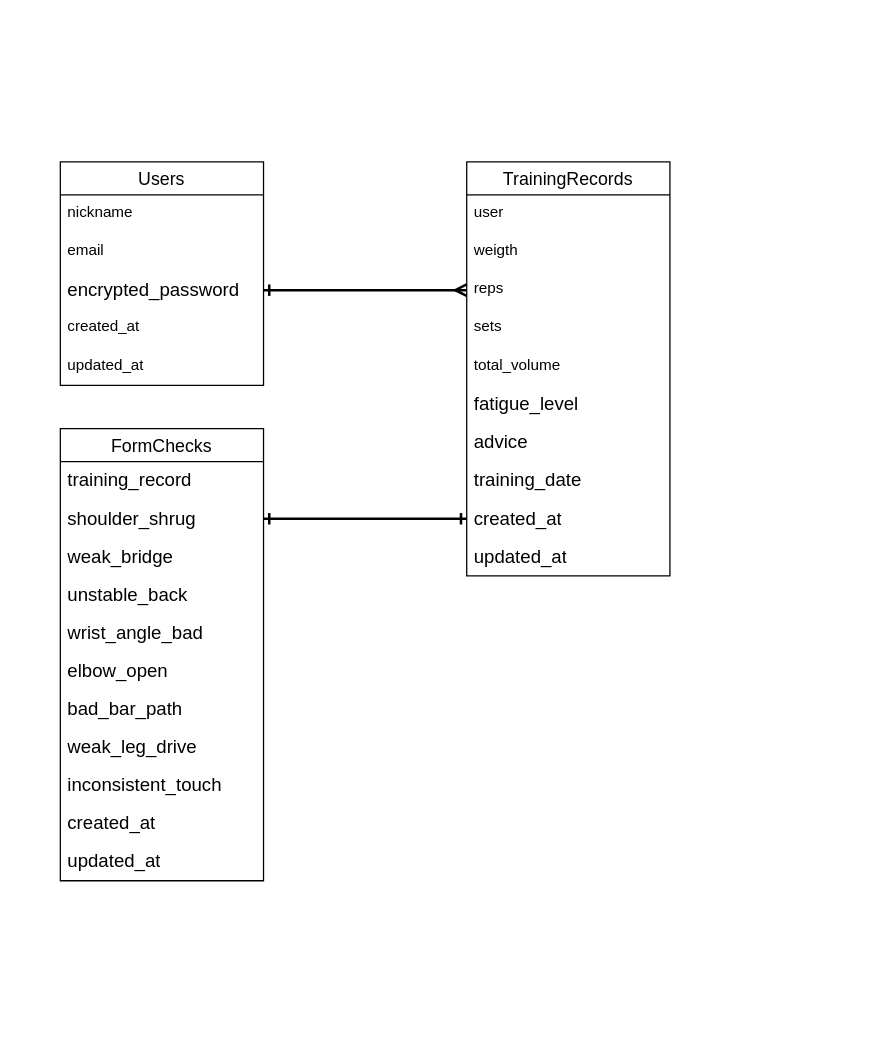
Earlier version of the draw.io diagram page "ページ1" (2 of 4) of er.dio (ryouma21/bench_app). Source tidied: cells renumbered, new cells numbered last; positions are measured from the earlier drawing's top-left corner, leaving out a move shared by most shapes. Both pictures are drawn from the tidied source at 127%, with x=0, y=0 at pixel (22, 22).
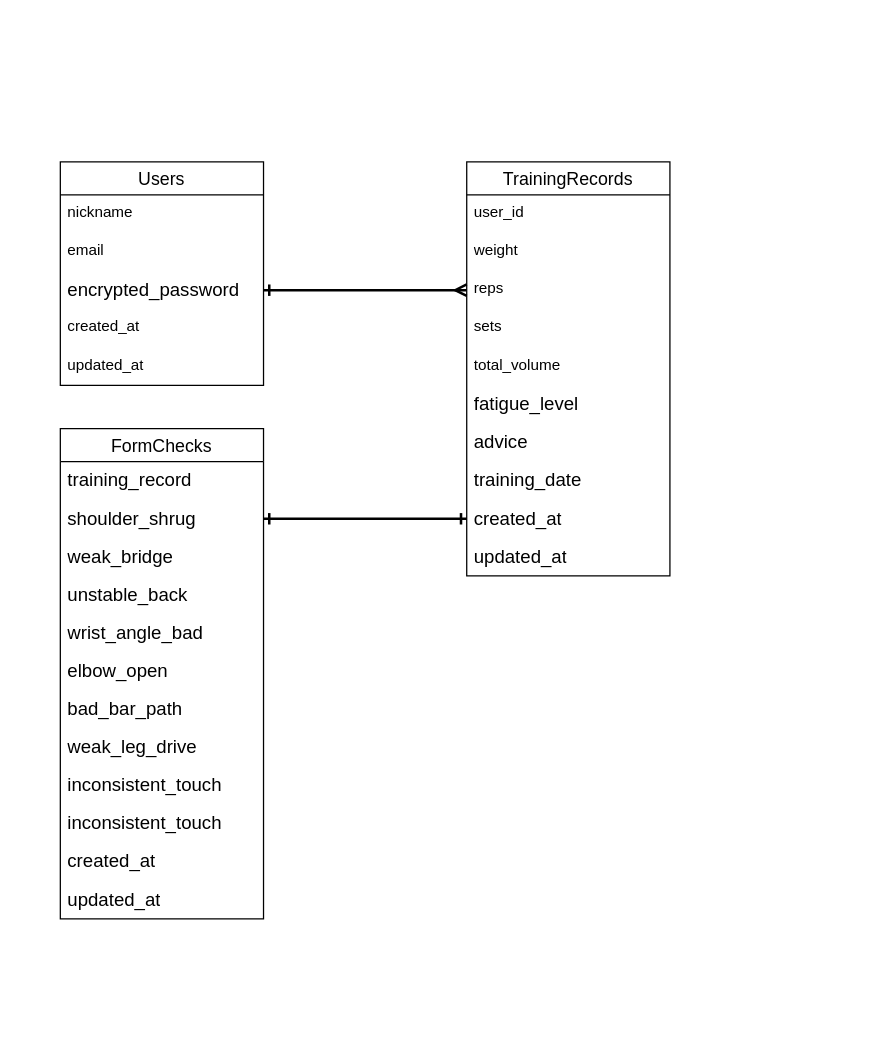
Above is the later version.

The change refers to these unchanged cells:
```xml
<mxCell id="8" value="TrainingRecords" style="swimlane;fontStyle=0;horizontal=1;startSize=26;align=center;fontSize=14;" parent="1" vertex="1">
  <mxGeometry x="350" y="110" width="160" height="326" as="geometry" />
</mxCell>
```

Change to the diagram source:
```diff
@@
-    <mxCell id="9" value="user" style="text;strokeColor=none;fillColor=none;spacingLeft=4;spacingRight=4;overflow=hidden;fontSize=12;whiteSpace=wrap;html=1;" parent="8" vertex="1">
+    <mxCell id="9" value="user_id" style="text;strokeColor=none;fillColor=none;spacingLeft=4;spacingRight=4;overflow=hidden;fontSize=12;whiteSpace=wrap;html=1;" parent="8" vertex="1">
       <mxGeometry y="26" width="160" height="30" as="geometry" />
     </mxCell>
-    <mxCell id="10" value="weigth" style="text;strokeColor=none;fillColor=none;spacingLeft=4;spacingRight=4;overflow=hidden;fontSize=12;whiteSpace=wrap;html=1;" parent="8" vertex="1">
+    <mxCell id="10" value="weight" style="text;strokeColor=none;fillColor=none;spacingLeft=4;spacingRight=4;overflow=hidden;fontSize=12;whiteSpace=wrap;html=1;" parent="8" vertex="1">
       <mxGeometry y="56" width="160" height="30" as="geometry" />
     </mxCell>
@@
     <mxCell id="19" value="FormChecks" style="swimlane;fontStyle=0;horizontal=1;startSize=26;align=center;fontSize=14;fontFamily=Helvetica;" parent="1" vertex="1">
-      <mxGeometry x="30" y="320" width="160" height="356" as="geometry" />
+      <mxGeometry x="30" y="320" width="160" height="386" as="geometry" />
     </mxCell>
@@
+    <mxCell id="35" value="&lt;span id=&quot;docs-internal-guid-d5423ade-7fff-74b0-e2ff-8a76a9c54ab9&quot;&gt;&lt;span style=&quot;font-size: 11pt; background-color: transparent; font-variant-numeric: normal; font-variant-east-asian: normal; font-variant-alternates: normal; font-variant-position: normal; font-variant-emoji: normal; vertical-align: baseline; white-space-collapse: preserve;&quot;&gt;&lt;font style=&quot;color: rgb(0, 0, 0);&quot;&gt;inconsistent_touch&lt;/font&gt;&lt;/span&gt;&lt;/span&gt;" style="text;strokeColor=none;fillColor=none;spacingLeft=4;spacingRight=4;overflow=hidden;fontSize=12;whiteSpace=wrap;html=1;" parent="19" vertex="1">
+      <mxGeometry y="296" width="160" height="30" as="geometry" />
+    </mxCell>
     <mxCell id="29" value="&lt;span id=&quot;docs-internal-guid-e376e660-7fff-d38e-ebd6-71a2cbecd591&quot;&gt;&lt;span style=&quot;font-size: 11pt; background-color: transparent; font-variant-numeric: normal; font-variant-east-asian: normal; font-variant-alternates: normal; font-variant-position: normal; font-variant-emoji: normal; vertical-align: baseline; white-space-collapse: preserve;&quot;&gt;&lt;font style=&quot;color: rgb(0, 0, 0);&quot; face=&quot;Helvetica&quot;&gt;created_at&lt;/font&gt;&lt;/span&gt;&lt;/span&gt;" style="text;strokeColor=none;fillColor=none;spacingLeft=4;spacingRight=4;overflow=hidden;fontSize=12;whiteSpace=wrap;html=1;" parent="19" vertex="1">
-      <mxGeometry y="296" width="160" height="30" as="geometry" />
+      <mxGeometry y="326" width="160" height="30" as="geometry" />
     </mxCell>
     <mxCell id="30" value="&lt;span id=&quot;docs-internal-guid-7dad6fe9-7fff-ece2-a2f5-440ff1ad2049&quot;&gt;&lt;span style=&quot;font-size: 11pt; background-color: transparent; font-variant-numeric: normal; font-variant-east-asian: normal; font-variant-alternates: normal; font-variant-position: normal; font-variant-emoji: normal; vertical-align: baseline; white-space-collapse: preserve;&quot;&gt;&lt;font style=&quot;color: rgb(0, 0, 0);&quot; face=&quot;Helvetica&quot;&gt;updated_at&lt;/font&gt;&lt;/span&gt;&lt;/span&gt;" style="text;strokeColor=none;fillColor=none;spacingLeft=4;spacingRight=4;overflow=hidden;fontSize=12;whiteSpace=wrap;html=1;" parent="19" vertex="1">
-      <mxGeometry y="326" width="160" height="30" as="geometry" />
+      <mxGeometry y="356" width="160" height="30" as="geometry" />
     </mxCell>
```
